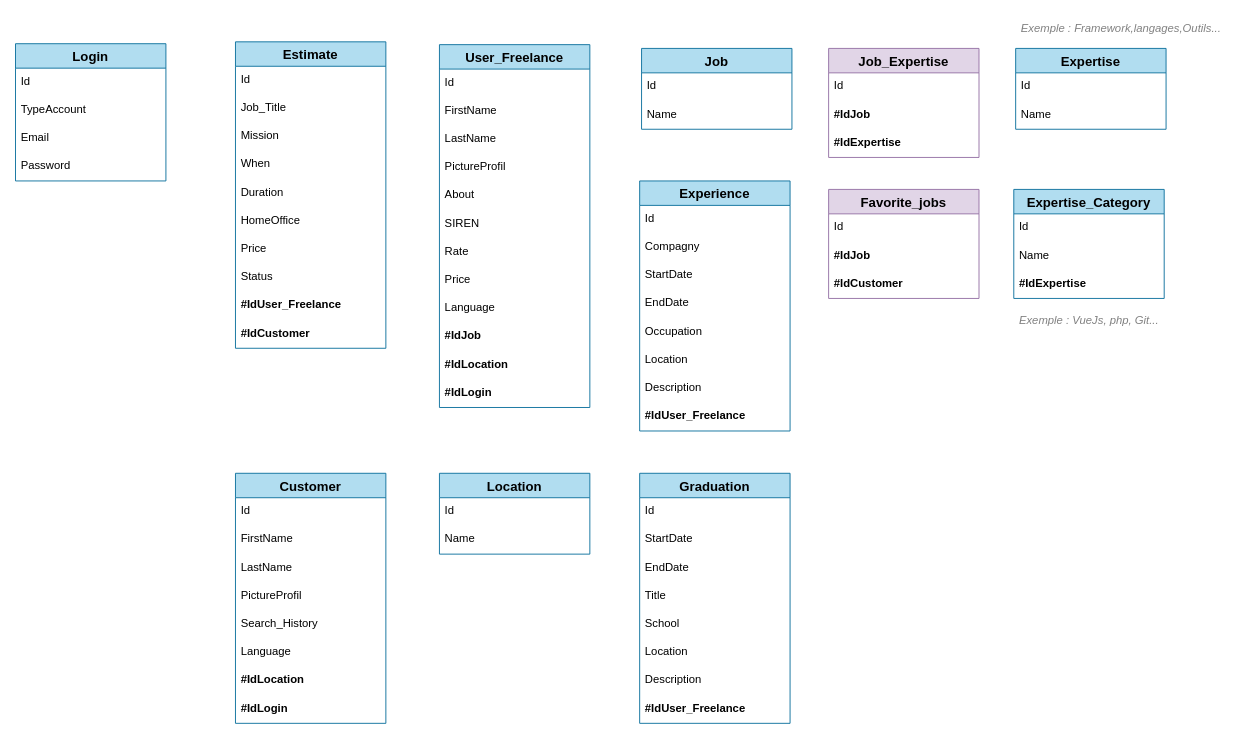
The draw.io diagram page "MLD" (2 of 2) of Mcd_Mld.drawio in Nyaraa-2/take_off_bdd, before the edit. Source tidied: cells renumbered, new cells numbered last; positions are measured from the earlier drawing's top-left corner, leaving out a move shared by most shapes. Both pictures are drawn from the tidied source at 94%, with x=0, y=0 at pixel (15, 15).
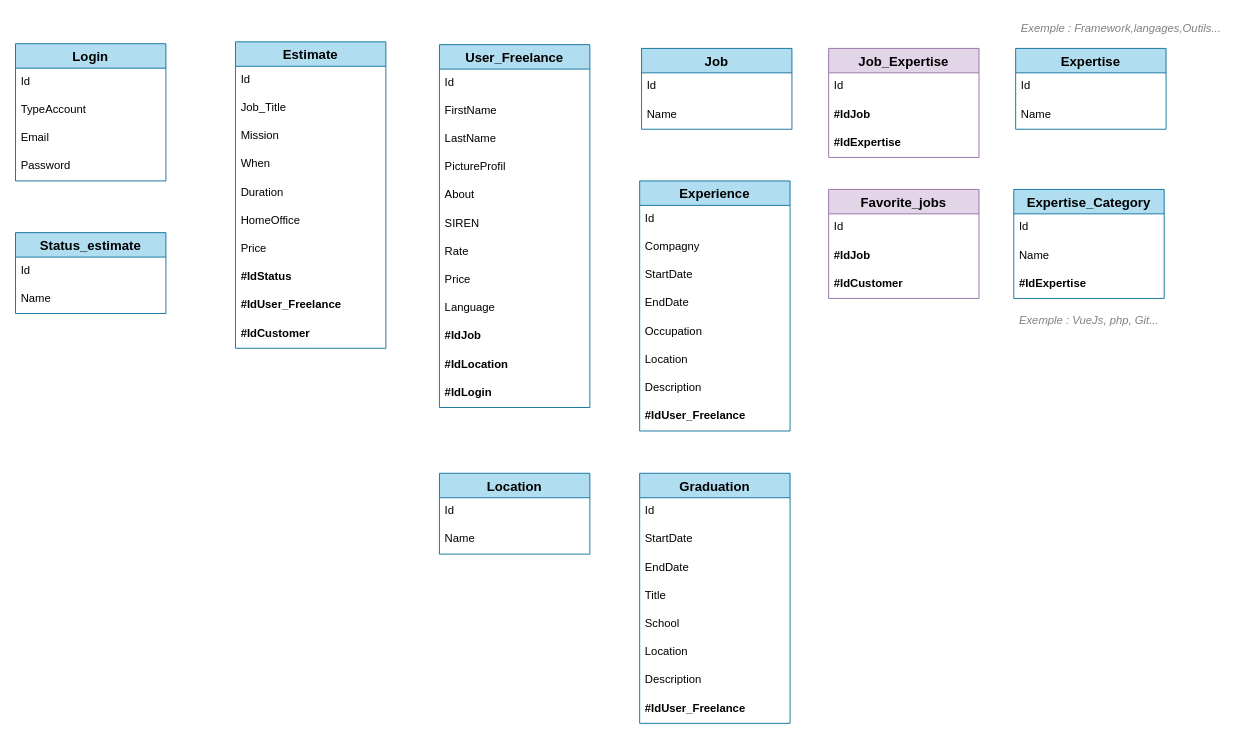
The same page after the edit.

Unchanged cells that the change refers to:
```xml
<mxCell id="50" value="Estimate" style="swimlane;fontStyle=1;horizontal=1;startSize=26;align=center;fontSize=14;fillColor=#b1ddf0;strokeColor=#10739e;" parent="1" vertex="1">
  <mxGeometry x="234" y="28" width="160" height="326" as="geometry" />
</mxCell>
```

Diff of the diagram source:
```diff
@@
-    <mxCell id="41" value="Customer" style="swimlane;fontStyle=1;horizontal=1;startSize=26;align=center;fontSize=14;fillColor=#b1ddf0;strokeColor=#10739e;" parent="1" vertex="1">
-      <mxGeometry x="234" y="487" width="160" height="266" as="geometry" />
-    </mxCell>
-    <mxCell id="42" value="Id" style="text;strokeColor=none;fillColor=none;spacingLeft=4;spacingRight=4;overflow=hidden;fontSize=12;" parent="41" vertex="1">
-      <mxGeometry y="26" width="160" height="30" as="geometry" />
-    </mxCell>
-    <mxCell id="43" value="FirstName" style="text;strokeColor=none;fillColor=none;spacingLeft=4;spacingRight=4;overflow=hidden;fontSize=12;" parent="41" vertex="1">
-      <mxGeometry y="56" width="160" height="30" as="geometry" />
-    </mxCell>
-    <mxCell id="44" value="LastName" style="text;strokeColor=none;fillColor=none;spacingLeft=4;spacingRight=4;overflow=hidden;fontSize=12;" parent="41" vertex="1">
-      <mxGeometry y="86" width="160" height="30" as="geometry" />
-    </mxCell>
-    <mxCell id="45" value="PictureProfil" style="text;strokeColor=none;fillColor=none;spacingLeft=4;spacingRight=4;overflow=hidden;fontSize=12;" parent="41" vertex="1">
-      <mxGeometry y="116" width="160" height="30" as="geometry" />
-    </mxCell>
-    <mxCell id="46" value="Search_History" style="text;strokeColor=none;fillColor=none;spacingLeft=4;spacingRight=4;overflow=hidden;fontSize=12;" parent="41" vertex="1">
-      <mxGeometry y="146" width="160" height="30" as="geometry" />
-    </mxCell>
-    <mxCell id="47" value="Language" style="text;strokeColor=none;fillColor=none;spacingLeft=4;spacingRight=4;overflow=hidden;fontSize=12;" parent="41" vertex="1">
-      <mxGeometry y="176" width="160" height="30" as="geometry" />
-    </mxCell>
-    <mxCell id="48" value="#IdLocation" style="text;strokeColor=none;fillColor=none;spacingLeft=4;spacingRight=4;overflow=hidden;fontSize=12;fontStyle=1;" parent="41" vertex="1">
-      <mxGeometry y="206" width="160" height="30" as="geometry" />
-    </mxCell>
-    <mxCell id="49" value="#IdLogin" style="text;strokeColor=none;fillColor=none;spacingLeft=4;spacingRight=4;overflow=hidden;fontSize=12;fontStyle=1;" parent="41" vertex="1">
-      <mxGeometry y="236" width="160" height="30" as="geometry" />
-    </mxCell>
@@
-    <mxCell id="58" value="Status" style="text;strokeColor=none;fillColor=none;spacingLeft=4;spacingRight=4;overflow=hidden;fontSize=12;" parent="50" vertex="1">
+    <mxCell id="58" value="#IdStatus" style="text;strokeColor=none;fillColor=none;spacingLeft=4;spacingRight=4;overflow=hidden;fontSize=12;fontStyle=1;" parent="50" vertex="1">
       <mxGeometry y="236" width="160" height="30" as="geometry" />
     </mxCell>
@@
+    <mxCell id="81" value="Status_estimate" style="swimlane;fontStyle=1;horizontal=1;startSize=26;align=center;fontSize=14;fillColor=#b1ddf0;strokeColor=#10739e;" parent="1" vertex="1">
+      <mxGeometry y="231" width="160" height="86" as="geometry" />
+    </mxCell>
+    <mxCell id="42" value="Id" style="text;strokeColor=none;fillColor=none;spacingLeft=4;spacingRight=4;overflow=hidden;fontSize=12;" parent="81" vertex="1">
+      <mxGeometry y="26" width="160" height="30" as="geometry" />
+    </mxCell>
+    <mxCell id="82" value="Name" style="text;strokeColor=none;fillColor=none;spacingLeft=4;spacingRight=4;overflow=hidden;fontSize=12;" parent="81" vertex="1">
+      <mxGeometry y="56" width="160" height="30" as="geometry" />
+    </mxCell>
```
